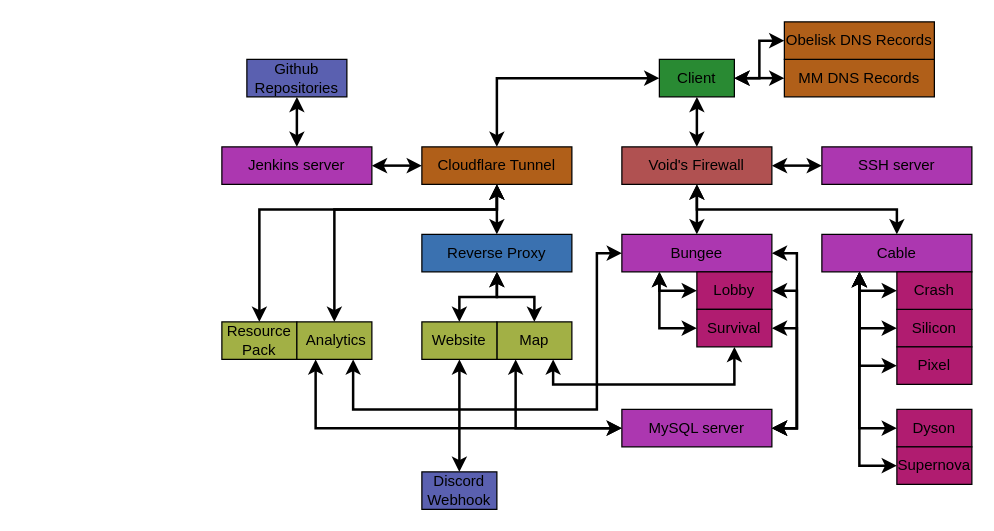
Earlier version of the draw.io diagram image/infrastructure.drawio (metamechanists/MetaSite). Source tidied: cells renumbered, new cells numbered last; positions are measured from the earlier drawing's top-left corner, leaving out a move shared by most shapes. Both pictures are drawn from the tidied source at 125%, with x=0, y=0 at pixel (221, 21).
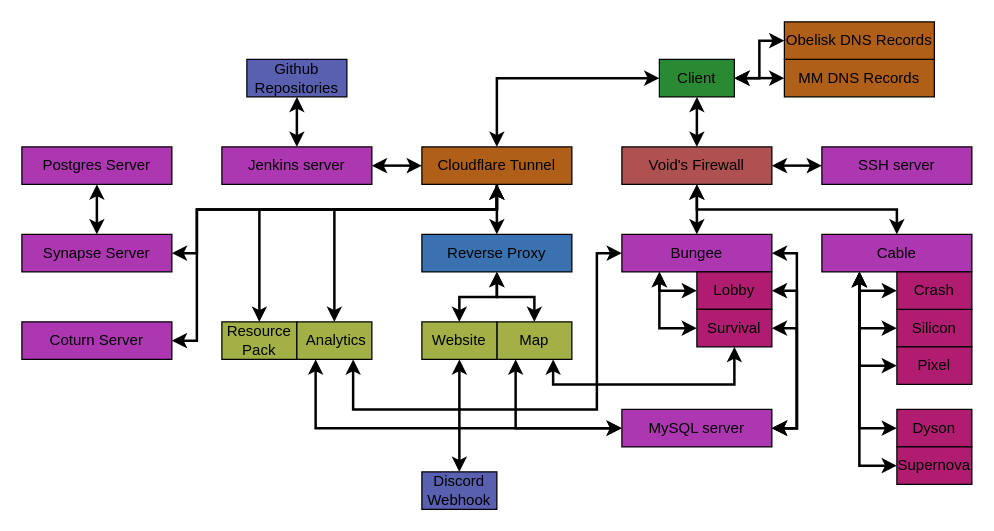
The same diagram, later.

Unchanged cells that the change refers to:
```xml
<mxCell id="11" value="Cloudflare Tunnel" style="rounded=0;whiteSpace=wrap;html=1;fillColor=#B05F19;" parent="1" vertex="1">
  <mxGeometry x="160" y="100" width="120" height="30" as="geometry" />
</mxCell>
```

Change to the diagram source:
```diff
@@
+    <mxCell id="55" style="edgeStyle=orthogonalEdgeStyle;rounded=0;jettySize=auto;html=1;entryX=1;entryY=0.5;entryDx=0;entryDy=0;strokeWidth=2;" parent="1" edge="1" source="11" target="57">
+      <mxGeometry relative="1" as="geometry">
+        <Array as="points">
+          <mxPoint x="220" y="150" />
+          <mxPoint x="-20" y="150" />
+          <mxPoint x="-20" y="185" />
+        </Array>
+      </mxGeometry>
+    </mxCell>
+    <mxCell id="56" style="edgeStyle=orthogonalEdgeStyle;rounded=0;jettySize=auto;html=1;entryX=1;entryY=0.5;entryDx=0;entryDy=0;strokeWidth=2;" parent="1" edge="1" source="11" target="58">
+      <mxGeometry relative="1" as="geometry">
+        <Array as="points">
+          <mxPoint x="220" y="150" />
+          <mxPoint x="-20" y="150" />
+          <mxPoint x="-20" y="255" />
+        </Array>
+      </mxGeometry>
+    </mxCell>
@@
+    <mxCell id="57" value="Synapse Server" style="rounded=0;whiteSpace=wrap;html=1;fillColor=#AC37B0;fontStyle=0;" parent="1" vertex="1">
+      <mxGeometry x="-160" y="170" width="120" height="30" as="geometry" />
+    </mxCell>
+    <mxCell id="58" value="Coturn Server" style="rounded=0;whiteSpace=wrap;html=1;fillColor=#AC37B0;fontStyle=0;" parent="1" vertex="1">
+      <mxGeometry x="-160" y="240" width="120" height="30" as="geometry" />
+    </mxCell>
+    <mxCell id="59" style="edgeStyle=orthogonalEdgeStyle;rounded=0;jettySize=auto;html=1;strokeWidth=2;startArrow=classic;startFill=1;" parent="1" edge="1" source="60" target="57">
+      <mxGeometry relative="1" as="geometry">
+        <Array as="points">
+          <mxPoint x="-100" y="150" />
+          <mxPoint x="-100" y="150" />
+        </Array>
+      </mxGeometry>
+    </mxCell>
+    <mxCell id="60" value="Postgres Server" style="rounded=0;whiteSpace=wrap;html=1;fillColor=#AC37B0;fontStyle=0;" parent="1" vertex="1">
+      <mxGeometry x="-160" y="100" width="120" height="30" as="geometry" />
+    </mxCell>
```
